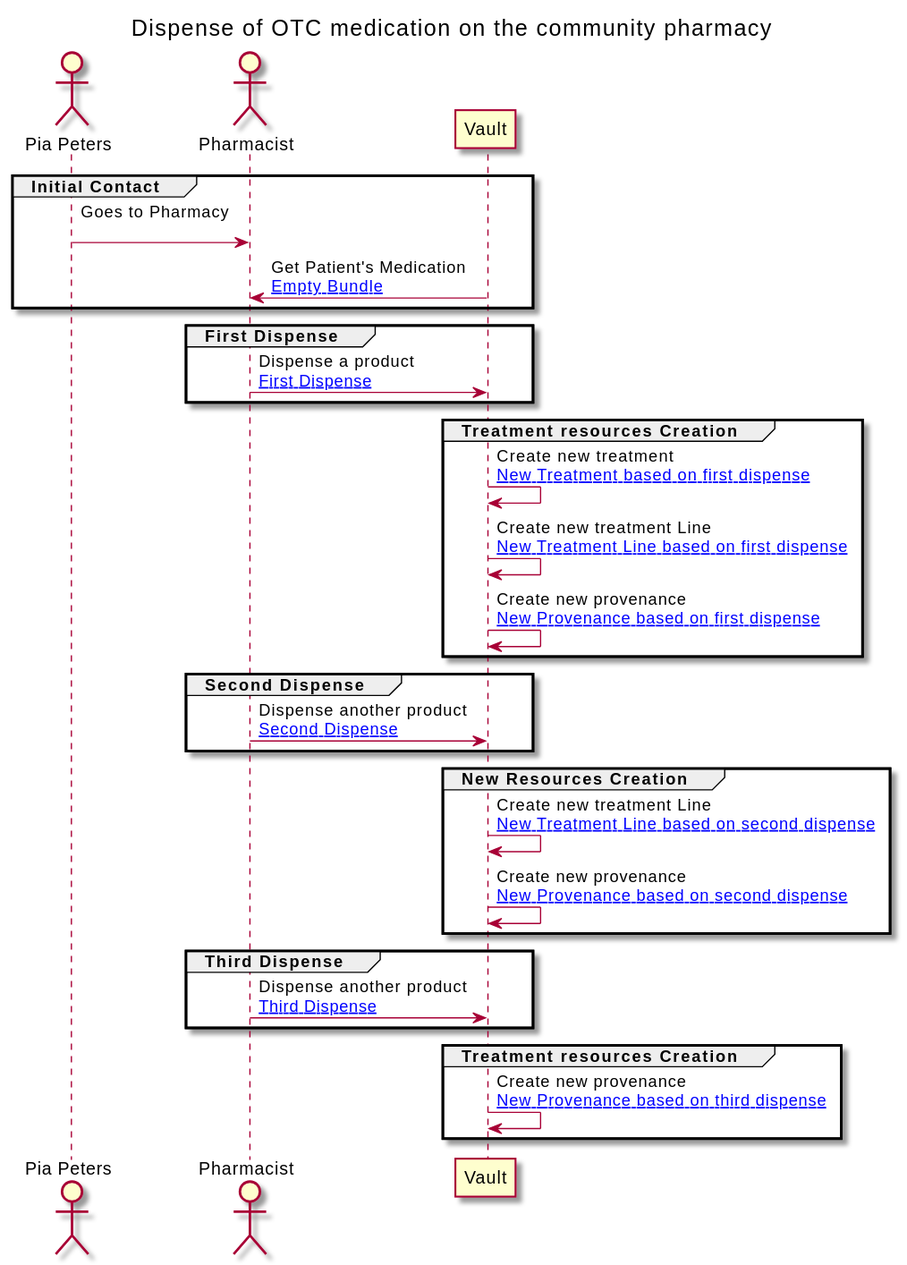
Above: branches/master/ExampleScenario-example-13-scenario.svg in jcostateixeira/riziv-medication-record (PlantUML), before the change. Its diagram source:
```plantuml
@startuml


Title Dispense of OTC medication on the community pharmacy

actor "Pia Peters" as PATIENT
actor "Pharmacist" as PHARM
participant "Vault" as VAULT






group Initial Contact

PATIENT -> PHARM : Goes to Pharmacy\n
VAULT -> PHARM : Get Patient's Medication\n[[ExampleScenario-example-13-scenario-resources.html#EB Empty Bundle]]
end

group First Dispense

PHARM -> VAULT : Dispense a product\n[[ExampleScenario-example-13-scenario-resources.html#13-1-dispense First Dispense]]
end

group Treatment resources Creation

VAULT -> VAULT : Create new treatment\n[[ExampleScenario-example-13-scenario-resources.html#13-treatment New Treatment based on first dispense]]
VAULT -> VAULT : Create new treatment Line\n[[ExampleScenario-example-13-scenario-resources.html#13-1-treatmentLine New Treatment Line based on first dispense]]
VAULT -> VAULT : Create new provenance\n[[ExampleScenario-example-13-scenario-resources.html#13-1-provenance New Provenance based on first dispense]]
end

group Second Dispense

PHARM -> VAULT : Dispense another product\n[[ExampleScenario-example-13-scenario-resources.html#13-2-dispense Second Dispense]]
end

group New Resources Creation

VAULT -> VAULT : Create new treatment Line\n[[ExampleScenario-example-13-scenario-resources.html#13-2-treatmentLine New Treatment Line based on second dispense]]
VAULT -> VAULT : Create new provenance\n[[ExampleScenario-example-13-scenario-resources.html#13-2-provenance New Provenance based on second dispense]]
end

group Third Dispense

PHARM -> VAULT : Dispense another product\n[[ExampleScenario-example-13-scenario-resources.html#13-3-dispense Third Dispense]]
end

group Treatment resources Creation

VAULT -> VAULT : Create new provenance\n[[ExampleScenario-example-13-scenario-resources.html#13-3-provenance New Provenance based on third dispense]]
end


@enduml
```
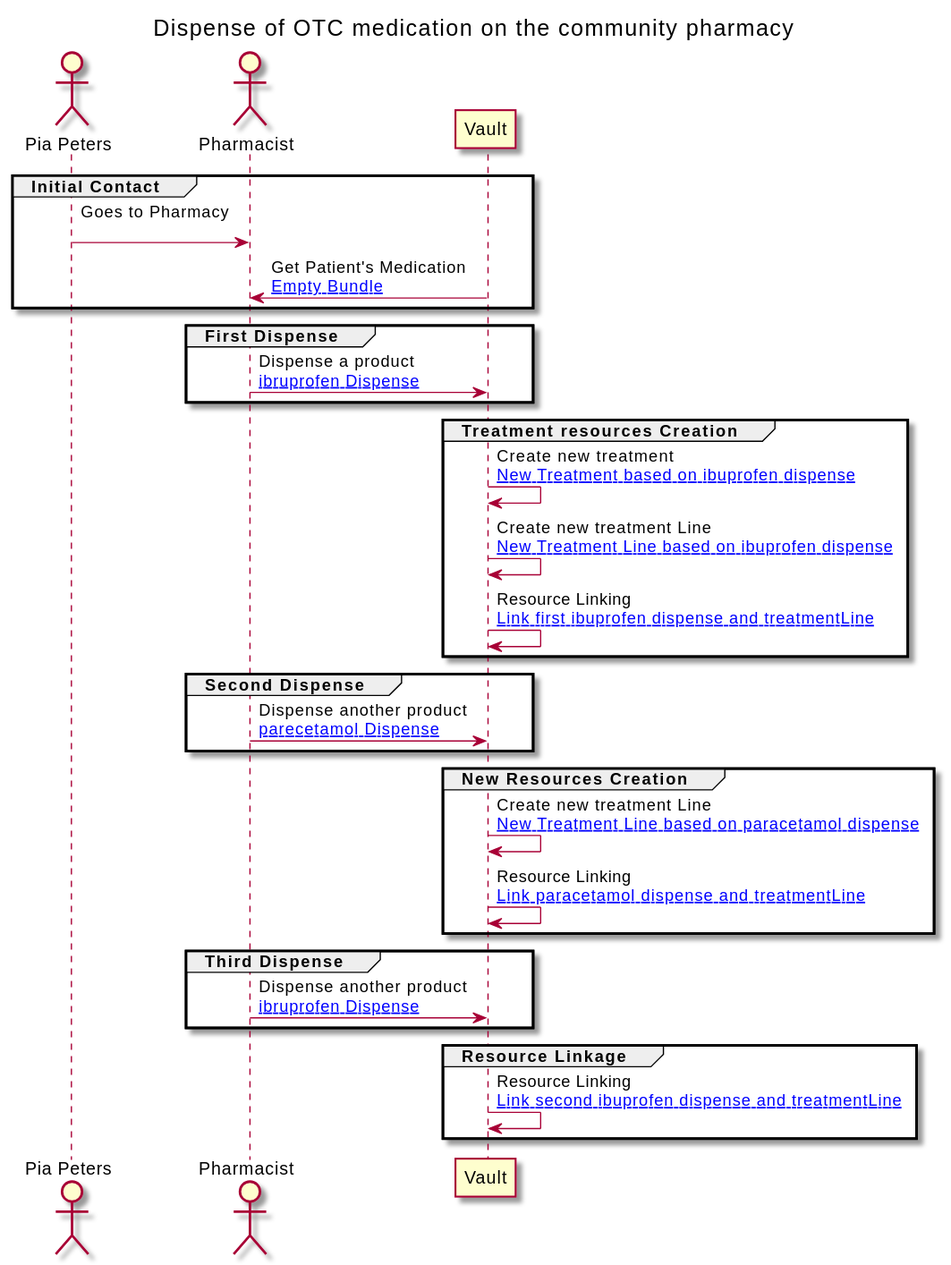
After the commit.

What changed in the source:
```diff
@@ -20,35 +20,35 @@
 
 group First Dispense
 
-PHARM -> VAULT : Dispense a product\n[[ExampleScenario-example-13-scenario-resources.html#13-1-dispense First Dispense]]
+PHARM -> VAULT : Dispense a product\n[[ExampleScenario-example-13-scenario-resources.html#13-1-dispense ibruprofen Dispense]]
 end
 
 group Treatment resources Creation
 
-VAULT -> VAULT : Create new treatment\n[[ExampleScenario-example-13-scenario-resources.html#13-treatment New Treatment based on first dispense]]
-VAULT -> VAULT : Create new treatment Line\n[[ExampleScenario-example-13-scenario-resources.html#13-1-treatmentLine New Treatment Line based on first dispense]]
-VAULT -> VAULT : Create new provenance\n[[ExampleScenario-example-13-scenario-resources.html#13-1-provenance New Provenance based on first dispense]]
+VAULT -> VAULT : Create new treatment\n[[ExampleScenario-example-13-scenario-resources.html#13-treatment New Treatment based on ibuprofen dispense]]
+VAULT -> VAULT : Create new treatment Line\n[[ExampleScenario-example-13-scenario-resources.html#13-1-treatmentLine New Treatment Line based on ibuprofen dispense]]
+VAULT -> VAULT : Resource Linking\n[[ExampleScenario-example-13-scenario-resources.html#13-1-provenance Link first ibuprofen dispense and treatmentLine]]
 end
 
 group Second Dispense
 
-PHARM -> VAULT : Dispense another product\n[[ExampleScenario-example-13-scenario-resources.html#13-2-dispense Second Dispense]]
+PHARM -> VAULT : Dispense another product\n[[ExampleScenario-example-13-scenario-resources.html#13-2-dispense parecetamol Dispense]]
 end
 
 group New Resources Creation
 
-VAULT -> VAULT : Create new treatment Line\n[[ExampleScenario-example-13-scenario-resources.html#13-2-treatmentLine New Treatment Line based on second dispense]]
-VAULT -> VAULT : Create new provenance\n[[ExampleScenario-example-13-scenario-resources.html#13-2-provenance New Provenance based on second dispense]]
+VAULT -> VAULT : Create new treatment Line\n[[ExampleScenario-example-13-scenario-resources.html#13-2-treatmentLine New Treatment Line based on paracetamol dispense]]
+VAULT -> VAULT : Resource Linking\n[[ExampleScenario-example-13-scenario-resources.html#13-2-provenance Link paracetamol dispense and treatmentLine]]
 end
 
 group Third Dispense
 
-PHARM -> VAULT : Dispense another product\n[[ExampleScenario-example-13-scenario-resources.html#13-3-dispense Third Dispense]]
+PHARM -> VAULT : Dispense another product\n[[ExampleScenario-example-13-scenario-resources.html#13-3-dispense ibruprofen Dispense]]
 end
 
-group Treatment resources Creation
+group Resource Linkage
 
-VAULT -> VAULT : Create new provenance\n[[ExampleScenario-example-13-scenario-resources.html#13-3-provenance New Provenance based on third dispense]]
+VAULT -> VAULT : Resource Linking\n[[ExampleScenario-example-13-scenario-resources.html#13-3-provenance Link second ibuprofen dispense and treatmentLine]]
 end
 
 
```
